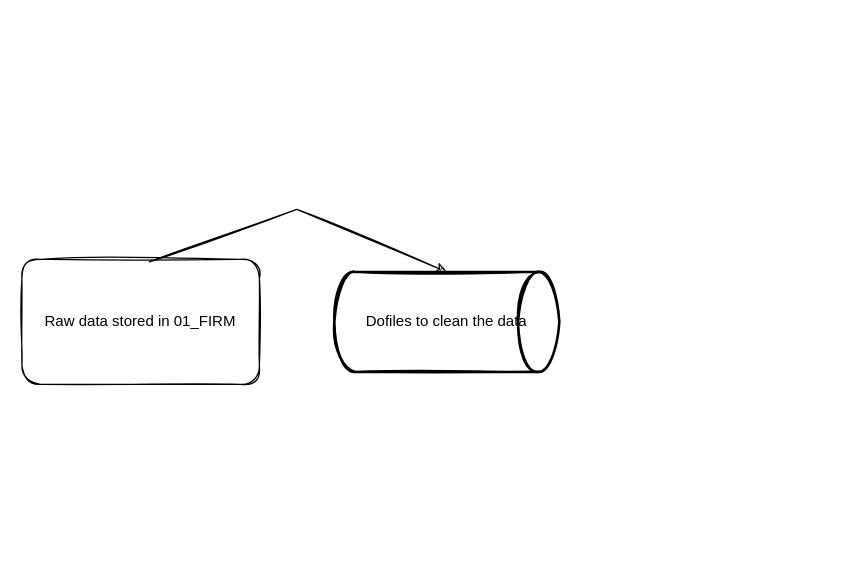
The draw.io diagram report/Untitled Diagram.drawio in araupontones/MLS_concept, before the edit. Source tidied: cells renumbered, new cells numbered last; positions are measured from the earlier drawing's top-left corner, leaving out a move shared by most shapes. Both pictures are drawn from the tidied source at 125%, with x=0, y=0 at pixel (21, 209).
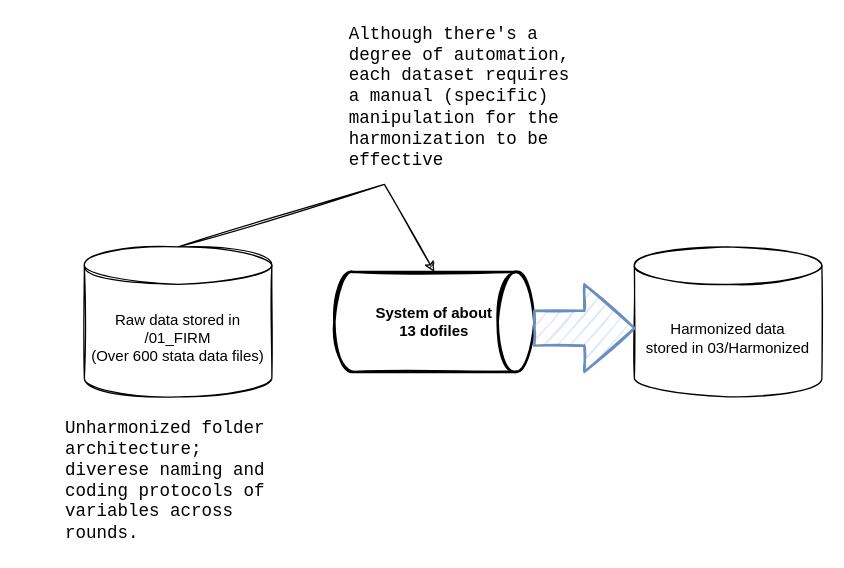
After the change.

Change to the diagram source:
```diff
@@
 <mxGraphModel>
   <root>
     <mxCell id="0" />
     <mxCell id="1" parent="0" />
-    <mxCell id="2" value="Raw data stored in 01_FIRM" style="rounded=1;whiteSpace=wrap;html=1;sketch=1;" parent="1" vertex="1">
-      <mxGeometry y="40" width="190" height="100" as="geometry" />
-    </mxCell>
-    <mxCell id="3" value="Dofiles to clean the data" style="strokeWidth=2;html=1;shape=mxgraph.flowchart.direct_data;whiteSpace=wrap;sketch=1;" parent="1" vertex="1">
-      <mxGeometry x="250" y="50" width="180" height="80" as="geometry" />
+    <mxCell id="3" value="System of about &lt;br&gt;13 dofiles" style="strokeWidth=2;html=1;shape=mxgraph.flowchart.direct_data;align=center;sketch=1;verticalAlign=middle;whiteSpace=wrap;fontStyle=1;" parent="1" vertex="1">
+      <mxGeometry x="250" y="50" width="160" height="80" as="geometry" />
     </mxCell>
-    <mxCell id="4" style="endArrow=classic;html=1;rounded=0;exitX=0.537;exitY=0.02;exitDx=0;exitDy=0;exitPerimeter=0;entryX=0.5;entryY=0;entryDx=0;entryDy=0;entryPerimeter=0;sketch=1;" parent="1" edge="1" source="2" target="3">
+    <mxCell id="4" style="endArrow=classic;html=1;rounded=0;exitX=0.5;exitY=0;exitDx=0;exitDy=0;exitPerimeter=0;entryX=0.5;entryY=0;entryDx=0;entryDy=0;entryPerimeter=0;sketch=1;" parent="1" edge="1" source="5" target="3">
       <mxGeometry relative="1" as="geometry">
         <Array as="points">
-          <mxPoint x="220" />
+          <mxPoint x="290" y="-20" />
         </Array>
       </mxGeometry>
     </mxCell>
+    <mxCell id="5" value="Raw data stored in /01_FIRM&lt;br&gt;(Over 600 stata data files)" style="shape=cylinder3;whiteSpace=wrap;html=1;boundedLbl=1;backgroundOutline=1;size=15;sketch=1;" parent="1" vertex="1">
+      <mxGeometry x="50" y="30" width="150" height="120" as="geometry" />
+    </mxCell>
+    <mxCell id="6" value="Unharmonized folder architecture; diverese naming and coding protocols of variables across rounds." style="text;html=1;strokeColor=none;fillColor=none;align=left;verticalAlign=middle;whiteSpace=wrap;rounded=0;sketch=1;fontFamily=Courier New;fontSize=14;" parent="1" vertex="1">
+      <mxGeometry x="32.5" y="164" width="185" height="106" as="geometry" />
+    </mxCell>
+    <mxCell id="7" value="Harmonized data&lt;br&gt;stored in 03/Harmonized" style="shape=cylinder3;whiteSpace=wrap;html=1;boundedLbl=1;backgroundOutline=1;size=15;sketch=1;" parent="1" vertex="1">
+      <mxGeometry x="490" y="30" width="150" height="120" as="geometry" />
+    </mxCell>
+    <mxCell id="8" style="verticalLabelPosition=bottom;verticalAlign=top;html=1;strokeWidth=2;shape=mxgraph.arrows2.arrow;dy=0.6;dx=40;notch=0;labelBackgroundColor=#D5E8D4;fillColor=#dae8fc;strokeColor=#6c8ebf;sketch=1;" parent="1" vertex="1">
+      <mxGeometry x="410" y="60" width="80" height="70" as="geometry" />
+    </mxCell>
+    <mxCell id="9" value="Although there's a degree of automation, each dataset requires a manual (specific) manipulation for the harmonization to be effective" style="text;html=1;strokeColor=none;fillColor=none;align=left;verticalAlign=middle;whiteSpace=wrap;rounded=0;sketch=1;fontFamily=Courier New;fontSize=14;" parent="1" vertex="1">
+      <mxGeometry x="260" y="-150" width="190" height="120" as="geometry" />
+    </mxCell>
   </root>
 </mxGraphModel>
```
